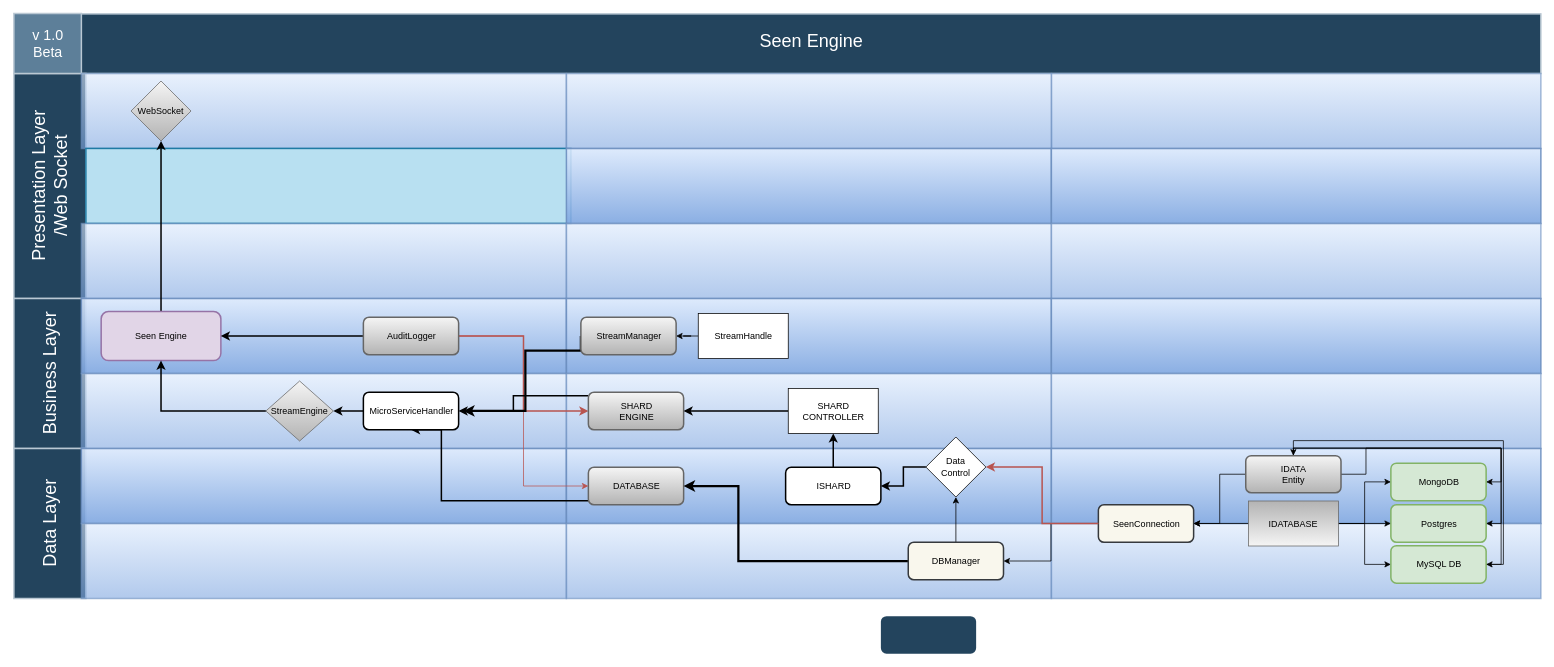
estemzephyr/seen_engine keeps this draw.io diagram as src/architecture.drawio. Above is the earlier version. Source tidied: cells renumbered, new cells numbered last; positions are measured from the earlier drawing's top-left corner, leaving out a move shared by most shapes. Both pictures are drawn from the tidied source at 75%, with x=0, y=0 at pixel (14, 13).
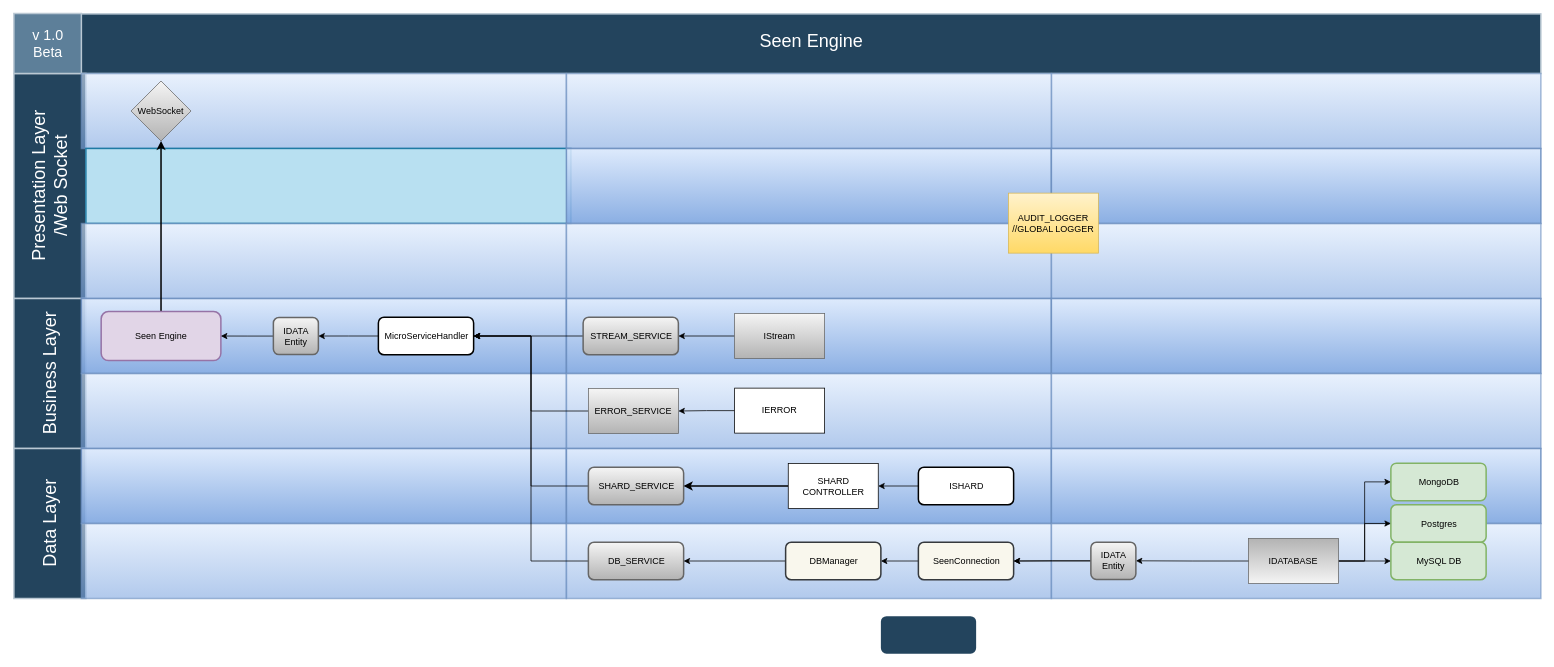
The same diagram, later.

Commit message (it also covers changes not shown here):
MicroService Manager is Build

Unchanged cells that the change refers to:
```xml
<mxCell id="29" value="Seen Engine" style="rounded=1;fillColor=#e1d5e7;strokeColor=#9673a6;strokeWidth=2;fontFamily=Helvetica;html=1;" parent="1" vertex="1">
  <mxGeometry x="116.4" y="397.8" width="159.6" height="65.5" as="geometry" />
</mxCell>
<mxCell id="40" value="MongoDB" style="rounded=1;fillColor=#d5e8d4;strokeColor=#82b366;strokeWidth=2;fontFamily=Helvetica;html=1;" parent="1" vertex="1">
  <mxGeometry x="1836" y="600" width="127" height="50" as="geometry" />
</mxCell>
<mxCell id="45" value="Postgres" style="rounded=1;fillColor=#d5e8d4;strokeColor=#82b366;strokeWidth=2;fontFamily=Helvetica;html=1;" parent="1" vertex="1">
  <mxGeometry x="1836" y="655.5" width="127" height="50" as="geometry" />
</mxCell>
```

Change to the diagram source:
```diff
@@
-    <mxCell id="30" style="edgeStyle=orthogonalEdgeStyle;rounded=0;jettySize=auto;html=1;entryX=0.5;entryY=1;entryDx=0;entryDy=0;strokeWidth=2;" parent="1" edge="1" source="31" target="33">
-      <mxGeometry relative="1" as="geometry">
-        <Array as="points">
-          <mxPoint x="570" y="650" />
-        </Array>
-      </mxGeometry>
+    <mxCell id="30" style="edgeStyle=orthogonalEdgeStyle;rounded=0;jettySize=auto;html=1;entryX=1;entryY=0.5;entryDx=0;entryDy=0;" parent="1" edge="1" source="31" target="33">
+      <mxGeometry relative="1" as="geometry" />
     </mxCell>
-    <mxCell id="31" value="DATABASE" style="rounded=1;fillColor=#f5f5f5;strokeColor=#666666;strokeWidth=2;fontFamily=Helvetica;html=1;gradientColor=#b3b3b3;" parent="1" vertex="1">
-      <mxGeometry x="766" y="605.5" width="127" height="50" as="geometry" />
+    <mxCell id="31" value="DB_SERVICE" style="rounded=1;fillColor=#f5f5f5;strokeColor=#666666;strokeWidth=2;fontFamily=Helvetica;html=1;gradientColor=#b3b3b3;" parent="1" vertex="1">
+      <mxGeometry x="766" y="705.5" width="127" height="50" as="geometry" />
     </mxCell>
-    <mxCell id="32" style="edgeStyle=orthogonalEdgeStyle;rounded=0;jettySize=auto;html=1;entryX=1;entryY=0.5;entryDx=0;entryDy=0;strokeWidth=2;" parent="1" edge="1" source="33" target="53">
-      <mxGeometry relative="1" as="geometry" />
-    </mxCell>
+    <mxCell id="75" style="edgeStyle=orthogonalEdgeStyle;rounded=0;jettySize=auto;html=1;entryX=1;entryY=0.5;entryDx=0;entryDy=0;" parent="1" edge="1" source="33" target="87">
+      <mxGeometry relative="1" as="geometry" />
+    </mxCell>
     <mxCell id="33" value="MicroServiceHandler" style="rounded=1;strokeWidth=2;fontFamily=Helvetica;html=1;" parent="1" vertex="1">
-      <mxGeometry x="466" y="505.5" width="127" height="50" as="geometry" />
+      <mxGeometry x="486" y="405.5" width="127" height="50" as="geometry" />
     </mxCell>
-    <mxCell id="34" style="edgeStyle=orthogonalEdgeStyle;rounded=0;jettySize=auto;html=1;entryX=1;entryY=0.5;entryDx=0;entryDy=0;strokeWidth=2;" parent="1" edge="1" source="37" target="29">
-      <mxGeometry relative="1" as="geometry" />
-    </mxCell>
-    <mxCell id="35" style="edgeStyle=orthogonalEdgeStyle;rounded=0;jettySize=auto;html=1;entryX=0;entryY=0.5;entryDx=0;entryDy=0;strokeWidth=2;fillColor=#f8cecc;gradientColor=#ea6b66;strokeColor=#b85450;" parent="1" edge="1" source="37" target="42">
-      <mxGeometry relative="1" as="geometry" />
-    </mxCell>
-    <mxCell id="36" style="edgeStyle=orthogonalEdgeStyle;rounded=0;jettySize=auto;html=1;entryX=0;entryY=0.5;entryDx=0;entryDy=0;fillColor=#f8cecc;gradientColor=#ea6b66;strokeColor=#b85450;" parent="1" edge="1" source="37" target="31">
-      <mxGeometry relative="1" as="geometry" />
-    </mxCell>
-    <mxCell id="37" value="AuditLogger" style="rounded=1;fillColor=#f5f5f5;strokeColor=#666666;strokeWidth=2;fontFamily=Helvetica;html=1;gradientColor=#b3b3b3;" parent="1" vertex="1">
-      <mxGeometry x="466" y="405.5" width="127" height="50" as="geometry" />
-    </mxCell>
@@
-    <mxCell id="39" style="edgeStyle=orthogonalEdgeStyle;rounded=0;jettySize=auto;html=1;entryX=1;entryY=0.5;entryDx=0;entryDy=0;strokeWidth=3;" parent="1" edge="1" source="55" target="31">
-      <mxGeometry relative="1" as="geometry">
-        <Array as="points">
-          <mxPoint x="966" y="731" />
-          <mxPoint x="966" y="631" />
-        </Array>
-      </mxGeometry>
-    </mxCell>
@@
-    <mxCell id="41" style="edgeStyle=orthogonalEdgeStyle;rounded=0;jettySize=auto;html=1;entryX=1;entryY=0.5;entryDx=0;entryDy=0;strokeWidth=2;" parent="1" edge="1" source="42" target="33">
-      <mxGeometry relative="1" as="geometry">
-        <Array as="points">
-          <mxPoint x="666" y="510" />
-          <mxPoint x="666" y="530" />
-        </Array>
-      </mxGeometry>
+    <mxCell id="41" style="edgeStyle=orthogonalEdgeStyle;rounded=0;jettySize=auto;html=1;entryX=1;entryY=0.5;entryDx=0;entryDy=0;" parent="1" edge="1" source="42" target="33">
+      <mxGeometry relative="1" as="geometry" />
     </mxCell>
-    <mxCell id="42" value="SHARD&lt;br&gt;ENGINE" style="rounded=1;fillColor=#f5f5f5;strokeColor=#666666;strokeWidth=2;fontFamily=Helvetica;html=1;gradientColor=#b3b3b3;" parent="1" vertex="1">
-      <mxGeometry x="766" y="505.5" width="127" height="50" as="geometry" />
+    <mxCell id="42" value="SHARD_SERVICE" style="rounded=1;fillColor=#f5f5f5;strokeColor=#666666;strokeWidth=2;fontFamily=Helvetica;html=1;gradientColor=#b3b3b3;" parent="1" vertex="1">
+      <mxGeometry x="766" y="605.5" width="127" height="50" as="geometry" />
     </mxCell>
-    <mxCell id="43" style="edgeStyle=orthogonalEdgeStyle;rounded=0;jettySize=auto;html=1;entryX=0.5;entryY=1;entryDx=0;entryDy=0;strokeWidth=2;" parent="1" edge="1" source="44" target="74">
+    <mxCell id="43" style="edgeStyle=orthogonalEdgeStyle;rounded=0;jettySize=auto;html=1;entryX=1;entryY=0.5;entryDx=0;entryDy=0;" parent="1" edge="1" source="44" target="74">
       <mxGeometry relative="1" as="geometry" />
     </mxCell>
     <mxCell id="44" value="ISHARD" style="rounded=1;strokeWidth=2;fontFamily=Helvetica;html=1;" parent="1" vertex="1">
-      <mxGeometry x="1029" y="605.5" width="127" height="50" as="geometry" />
+      <mxGeometry x="1206" y="605.5" width="127" height="50" as="geometry" />
     </mxCell>
@@
     <mxCell id="47" value="SeenConnection" style="rounded=1;strokeWidth=2;fontFamily=Helvetica;html=1;fillColor=#f9f7ed;strokeColor=#36393d;" parent="1" vertex="1">
-      <mxGeometry x="1446" y="655.5" width="127" height="50" as="geometry" />
+      <mxGeometry x="1206" y="705.5" width="127" height="50" as="geometry" />
     </mxCell>
@@
-    <mxCell id="49" style="edgeStyle=orthogonalEdgeStyle;rounded=0;jettySize=auto;html=1;entryX=0.5;entryY=0;entryDx=0;entryDy=0;" parent="1" edge="1" source="50" target="65">
-      <mxGeometry relative="1" as="geometry">
-        <Array as="points">
-          <mxPoint x="1986" y="735" />
-          <mxPoint x="1986" y="570" />
-          <mxPoint x="1706" y="570" />
-        </Array>
-      </mxGeometry>
-    </mxCell>
     <mxCell id="50" value="MySQL DB" style="rounded=1;fillColor=#d5e8d4;strokeColor=#82b366;strokeWidth=2;fontFamily=Helvetica;html=1;" parent="1" vertex="1">
-      <mxGeometry x="1836" y="710" width="127" height="50" as="geometry" />
+      <mxGeometry x="1836" y="705.5" width="127" height="50" as="geometry" />
     </mxCell>
@@
-    <mxCell id="52" style="edgeStyle=orthogonalEdgeStyle;rounded=0;jettySize=auto;html=1;entryX=0.5;entryY=1;entryDx=0;entryDy=0;strokeWidth=2;" parent="1" edge="1" source="53" target="29">
-      <mxGeometry relative="1" as="geometry" />
-    </mxCell>
-    <mxCell id="53" value="StreamEngine" style="rhombus;whiteSpace=wrap;html=1;fillColor=#f5f5f5;gradientColor=#b3b3b3;strokeColor=#666666;" parent="1" vertex="1">
-      <mxGeometry x="336" y="490.5" width="90" height="80" as="geometry" />
-    </mxCell>
-    <mxCell id="54" style="edgeStyle=orthogonalEdgeStyle;rounded=0;jettySize=auto;html=1;entryX=0.5;entryY=1;entryDx=0;entryDy=0;" parent="1" edge="1" source="55" target="60">
-      <mxGeometry relative="1" as="geometry" />
-    </mxCell>
+    <mxCell id="39" style="edgeStyle=orthogonalEdgeStyle;rounded=0;jettySize=auto;html=1;entryX=1;entryY=0.5;entryDx=0;entryDy=0;" parent="1" edge="1" source="55" target="31">
+      <mxGeometry relative="1" as="geometry" />
+    </mxCell>
     <mxCell id="55" value="DBManager" style="rounded=1;fillColor=#f9f7ed;strokeColor=#36393d;strokeWidth=2;fontFamily=Helvetica;html=1;" parent="1" vertex="1">
-      <mxGeometry x="1192.5" y="705.5" width="127" height="50" as="geometry" />
+      <mxGeometry x="1029" y="705.5" width="127" height="50" as="geometry" />
     </mxCell>
-    <mxCell id="56" style="edgeStyle=orthogonalEdgeStyle;rounded=0;jettySize=auto;html=1;entryX=1;entryY=0.5;entryDx=0;entryDy=0;strokeWidth=3;exitX=0;exitY=0.5;exitDx=0;exitDy=0;" parent="1" edge="1" source="57">
-      <mxGeometry relative="1" as="geometry">
-        <mxPoint x="599" y="530.4" as="targetPoint" />
-        <Array as="points">
-          <mxPoint x="756" y="450" />
-          <mxPoint x="682" y="450" />
-          <mxPoint x="682" y="530" />
-        </Array>
-      </mxGeometry>
-    </mxCell>
-    <mxCell id="57" value="StreamManager" style="rounded=1;fillColor=#f5f5f5;strokeColor=#666666;strokeWidth=2;gradientColor=#b3b3b3;fontFamily=Helvetica;html=1;" parent="1" vertex="1">
-      <mxGeometry x="756" y="405.5" width="127" height="50" as="geometry" />
-    </mxCell>
-    <mxCell id="58" style="edgeStyle=orthogonalEdgeStyle;rounded=0;jettySize=auto;html=1;entryX=1;entryY=0.5;entryDx=0;entryDy=0;strokeWidth=2;fillColor=#f8cecc;gradientColor=#ea6b66;strokeColor=#b85450;" parent="1" edge="1" source="47" target="60">
-      <mxGeometry relative="1" as="geometry" />
-    </mxCell>
-    <mxCell id="59" style="edgeStyle=orthogonalEdgeStyle;rounded=0;jettySize=auto;html=1;entryX=1;entryY=0.5;entryDx=0;entryDy=0;strokeWidth=2;" parent="1" edge="1" source="60" target="44">
-      <mxGeometry relative="1" as="geometry" />
-    </mxCell>
-    <mxCell id="60" value="Data &lt;br&gt;Control" style="rhombus;whiteSpace=wrap;html=1;" parent="1" vertex="1">
-      <mxGeometry x="1216" y="565.2" width="80" height="80" as="geometry" />
-    </mxCell>
-    <mxCell id="61" style="edgeStyle=orthogonalEdgeStyle;rounded=0;jettySize=auto;html=1;entryX=1;entryY=0.5;entryDx=0;entryDy=0;" parent="1" edge="1" source="65" target="40">
-      <mxGeometry relative="1" as="geometry" />
-    </mxCell>
-    <mxCell id="62" style="edgeStyle=orthogonalEdgeStyle;rounded=0;jettySize=auto;html=1;entryX=1;entryY=0.5;entryDx=0;entryDy=0;" parent="1" edge="1" source="65" target="45">
-      <mxGeometry relative="1" as="geometry">
-        <Array as="points">
-          <mxPoint x="1706" y="580" />
-          <mxPoint x="1983" y="580" />
-          <mxPoint x="1983" y="681" />
-        </Array>
-      </mxGeometry>
-    </mxCell>
-    <mxCell id="63" style="edgeStyle=orthogonalEdgeStyle;rounded=0;jettySize=auto;html=1;entryX=1;entryY=0.5;entryDx=0;entryDy=0;" parent="1" edge="1" source="65" target="50">
-      <mxGeometry relative="1" as="geometry">
-        <Array as="points">
-          <mxPoint x="1706" y="580" />
-          <mxPoint x="1983" y="580" />
-          <mxPoint x="1983" y="735" />
-        </Array>
-      </mxGeometry>
-    </mxCell>
@@
-    <mxCell id="65" value="IDATA&lt;br&gt;Entity" style="rounded=1;fillColor=#f5f5f5;strokeColor=#666666;strokeWidth=2;fontFamily=Helvetica;html=1;gradientColor=#b3b3b3;" parent="1" vertex="1">
-      <mxGeometry x="1642.5" y="590" width="127" height="49.5" as="geometry" />
-    </mxCell>
-    <mxCell id="66" style="edgeStyle=orthogonalEdgeStyle;rounded=0;jettySize=auto;html=1;entryX=1;entryY=0.5;entryDx=0;entryDy=0;" parent="1" edge="1" source="67" target="57">
-      <mxGeometry relative="1" as="geometry" />
-    </mxCell>
-    <mxCell id="67" value="StreamHandle" style="rounded=0;whiteSpace=wrap;html=1;" parent="1" vertex="1">
-      <mxGeometry x="912.5" y="400.5" width="120" height="60" as="geometry" />
-    </mxCell>
@@
-    <mxCell id="71" style="edgeStyle=orthogonalEdgeStyle;rounded=0;jettySize=auto;html=1;entryX=1;entryY=0.5;entryDx=0;entryDy=0;" parent="1" edge="1" source="72" target="47">
+    <mxCell id="71" style="edgeStyle=orthogonalEdgeStyle;rounded=0;jettySize=auto;html=1;entryX=1;entryY=0.5;entryDx=0;entryDy=0;" parent="1" edge="1" source="65" target="47">
       <mxGeometry relative="1" as="geometry" />
     </mxCell>
     <mxCell id="72" value="IDATABASE" style="rounded=0;whiteSpace=wrap;html=1;fillColor=#f5f5f5;gradientColor=#b3b3b3;strokeColor=#666666;direction=west;" parent="1" vertex="1">
-      <mxGeometry x="1646" y="650.5" width="120" height="60" as="geometry" />
+      <mxGeometry x="1646" y="700.5" width="120" height="60" as="geometry" />
     </mxCell>
@@
     <mxCell id="74" value="SHARD&lt;br&gt;CONTROLLER" style="rounded=0;whiteSpace=wrap;html=1;" parent="1" vertex="1">
-      <mxGeometry x="1032.5" y="500.5" width="120" height="60" as="geometry" />
+      <mxGeometry x="1032.5" y="600.5" width="120" height="60" as="geometry" />
     </mxCell>
+    <mxCell id="76" style="edgeStyle=orthogonalEdgeStyle;rounded=0;jettySize=auto;html=1;entryX=1;entryY=0.5;entryDx=0;entryDy=0;" parent="1" edge="1" source="77" target="33">
+      <mxGeometry relative="1" as="geometry" />
+    </mxCell>
+    <mxCell id="77" value="STREAM_SERVICE" style="rounded=1;fillColor=#f5f5f5;strokeColor=#666666;strokeWidth=2;fontFamily=Helvetica;html=1;gradientColor=#b3b3b3;" parent="1" vertex="1">
+      <mxGeometry x="759" y="405.5" width="127" height="50" as="geometry" />
+    </mxCell>
+    <mxCell id="78" style="edgeStyle=orthogonalEdgeStyle;rounded=0;jettySize=auto;html=1;entryX=1;entryY=0.5;entryDx=0;entryDy=0;" parent="1" edge="1" source="79" target="77">
+      <mxGeometry relative="1" as="geometry" />
+    </mxCell>
+    <mxCell id="79" value="IStream" style="rounded=0;whiteSpace=wrap;html=1;fillColor=#f5f5f5;gradientColor=#b3b3b3;strokeColor=#666666;" parent="1" vertex="1">
+      <mxGeometry x="961" y="400.5" width="120" height="60" as="geometry" />
+    </mxCell>
+    <mxCell id="80" style="edgeStyle=orthogonalEdgeStyle;rounded=0;jettySize=auto;html=1;entryX=1;entryY=0.5;entryDx=0;entryDy=0;" parent="1" edge="1" source="72" target="65">
+      <mxGeometry relative="1" as="geometry" />
+    </mxCell>
+    <mxCell id="65" value="IDATA&lt;br&gt;Entity" style="rounded=1;fillColor=#f5f5f5;strokeColor=#666666;strokeWidth=2;fontFamily=Helvetica;html=1;gradientColor=#b3b3b3;" parent="1" vertex="1">
+      <mxGeometry x="1436" y="705.5" width="60" height="49.5" as="geometry" />
+    </mxCell>
+    <mxCell id="81" style="edgeStyle=orthogonalEdgeStyle;rounded=0;jettySize=auto;html=1;entryX=1;entryY=0.5;entryDx=0;entryDy=0;" parent="1" edge="1" source="82" target="33">
+      <mxGeometry relative="1" as="geometry" />
+    </mxCell>
+    <mxCell id="82" value="ERROR_SERVICE" style="rounded=0;whiteSpace=wrap;html=1;fillColor=#f5f5f5;gradientColor=#b3b3b3;strokeColor=#666666;" parent="1" vertex="1">
+      <mxGeometry x="766" y="500.5" width="120" height="60" as="geometry" />
+    </mxCell>
+    <mxCell id="83" value="AUDIT_LOGGER&lt;br&gt;//GLOBAL LOGGER" style="rounded=0;whiteSpace=wrap;html=1;fillColor=#fff2cc;gradientColor=#ffd966;strokeColor=#d6b656;" parent="1" vertex="1">
+      <mxGeometry x="1326" y="240" width="120" height="80" as="geometry" />
+    </mxCell>
+    <mxCell id="84" style="edgeStyle=orthogonalEdgeStyle;rounded=0;jettySize=auto;html=1;entryX=1;entryY=0.5;entryDx=0;entryDy=0;" parent="1" edge="1" source="85" target="82">
+      <mxGeometry relative="1" as="geometry" />
+    </mxCell>
+    <mxCell id="85" value="IERROR" style="rounded=0;whiteSpace=wrap;html=1;" parent="1" vertex="1">
+      <mxGeometry x="961" y="500" width="120" height="60" as="geometry" />
+    </mxCell>
+    <mxCell id="86" style="edgeStyle=orthogonalEdgeStyle;rounded=0;jettySize=auto;html=1;entryX=1;entryY=0.5;entryDx=0;entryDy=0;" parent="1" edge="1" source="87" target="29">
+      <mxGeometry relative="1" as="geometry" />
+    </mxCell>
+    <mxCell id="87" value="IDATA&lt;br&gt;Entity" style="rounded=1;fillColor=#f5f5f5;strokeColor=#666666;strokeWidth=2;fontFamily=Helvetica;html=1;gradientColor=#b3b3b3;" parent="1" vertex="1">
+      <mxGeometry x="346" y="405.8" width="60" height="49.5" as="geometry" />
+    </mxCell>
```
